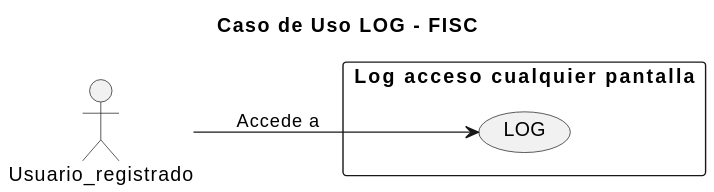
mmasias/23-24-IdSw1-SDR keeps this PlantUML diagram as imagenes/casosDeUso/CasoUsoLog.svg. Above is the earlier version.
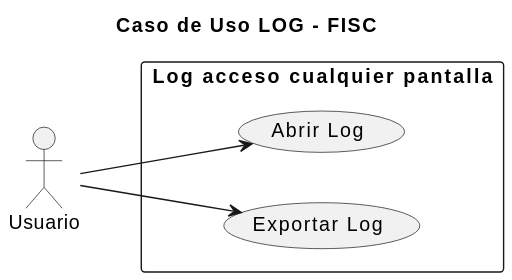
After the change.

Change to the diagram source:
```diff
@@ -3,13 +3,14 @@
 
 left to right direction
 
-actor Usuario_registrado as user
+actor Usuario as user
 
 
 rectangle "Log acceso cualquier pantalla" {
-    usecase "LOG" as log
-
+    usecase "Abrir Log" as log
+    usecase "Exportar Log" as exlog
 }
 
-user --> log: "Accede a"
+user --> log
+user --> exlog
 @enduml
```
